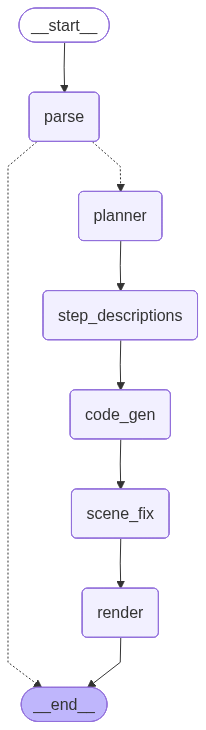
hongyik/LLM2Manim keeps this Mermaid diagram as structure_graph/pipeline_graph.png. Above is the earlier version. Its source is kept beside it as structure_graph/pipeline_graph.mmd. Its diagram source:
```mermaid
---
config:
  flowchart:
    curve: linear
---
graph TD;
	__start__([<p>__start__</p>]):::first
	parse(parse)
	planner(planner)
	step_descriptions(step_descriptions)
	code_gen(code_gen)
	scene_fix(scene_fix)
	render(render)
	__end__([<p>__end__</p>]):::last
	__start__ --> parse;
	code_gen --> scene_fix;
	parse -.-> __end__;
	parse -.-> planner;
	planner --> step_descriptions;
	scene_fix --> render;
	step_descriptions --> code_gen;
	render --> __end__;
	classDef default fill:#f2f0ff,line-height:1.2
	classDef first fill-opacity:0
	classDef last fill:#bfb6fc
```
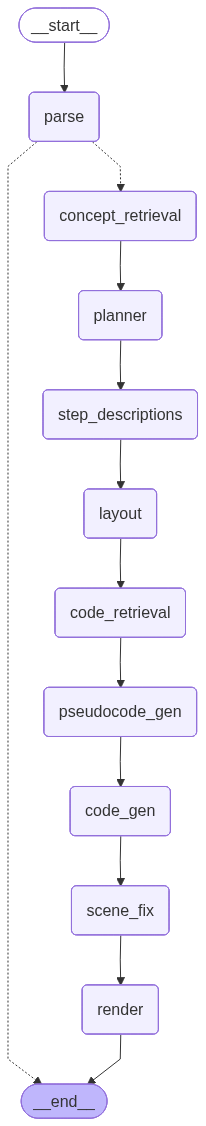
After the commit.

Diff of the diagram source:
```diff
@@ -6,19 +6,27 @@
 graph TD;
 	__start__([<p>__start__</p>]):::first
 	parse(parse)
+	concept_retrieval(concept_retrieval)
 	planner(planner)
 	step_descriptions(step_descriptions)
+	layout(layout)
+	code_retrieval(code_retrieval)
+	pseudocode_gen(pseudocode_gen)
 	code_gen(code_gen)
 	scene_fix(scene_fix)
 	render(render)
 	__end__([<p>__end__</p>]):::last
 	__start__ --> parse;
 	code_gen --> scene_fix;
+	code_retrieval --> pseudocode_gen;
+	concept_retrieval --> planner;
+	layout --> code_retrieval;
 	parse -.-> __end__;
-	parse -.-> planner;
+	parse -.-> concept_retrieval;
 	planner --> step_descriptions;
+	pseudocode_gen --> code_gen;
 	scene_fix --> render;
-	step_descriptions --> code_gen;
+	step_descriptions --> layout;
 	render --> __end__;
 	classDef default fill:#f2f0ff,line-height:1.2
 	classDef first fill-opacity:0
```
